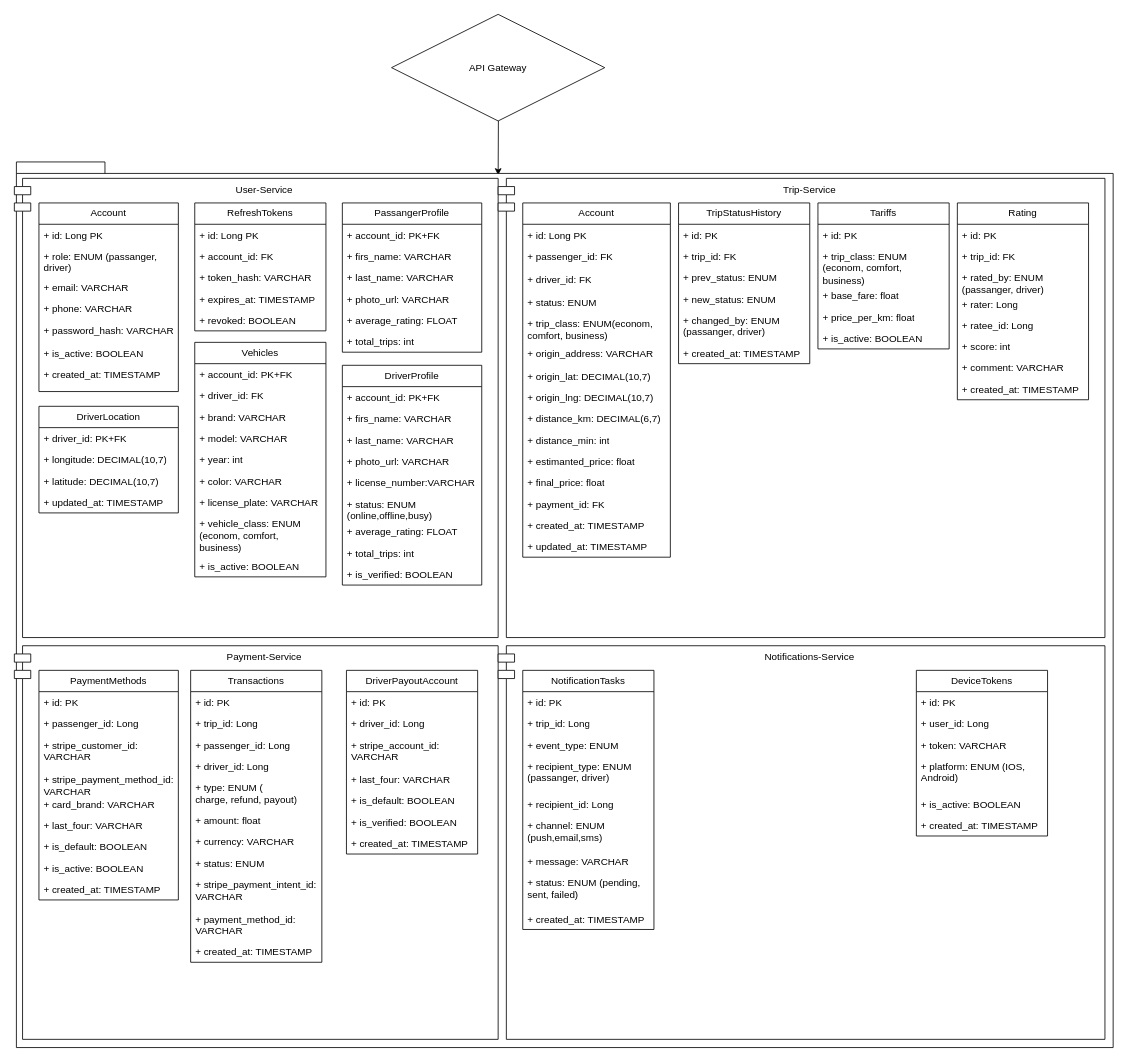
This is docs/backend/База данных.drawio from Ziragon/Taxi-App, a draw.io file, before an edit. Source tidied: cells renumbered, new cells numbered last; positions are measured from the earlier drawing's top-left corner, leaving out a move shared by most shapes. Both pictures are drawn from the tidied source at 82%, with x=0, y=0 at pixel (14, 14).
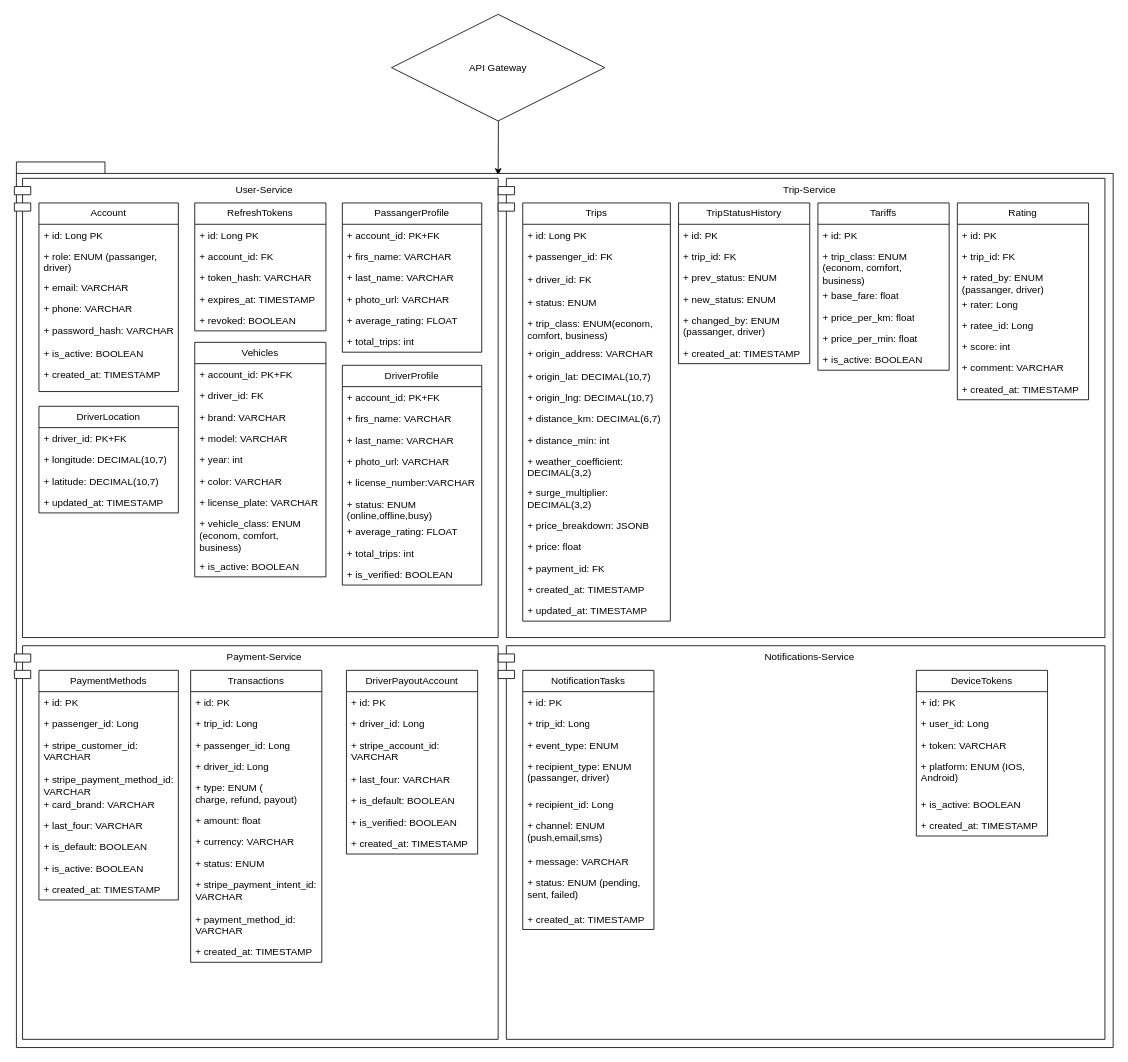
The same diagram, later.

The edit, as a diff of the source:
```diff
@@
-    <mxCell id="55" value="Account" style="swimlane;fontStyle=0;horizontal=1;startSize=26;fillColor=none;whiteSpace=wrap;html=1;" parent="1" vertex="1">
-      <mxGeometry x="620" y="230" width="180" height="432" as="geometry" />
+    <mxCell id="55" value="Trips" style="swimlane;fontStyle=0;horizontal=1;startSize=26;fillColor=none;whiteSpace=wrap;html=1;" parent="1" vertex="1">
+      <mxGeometry x="620" y="230" width="180" height="510" as="geometry" />
     </mxCell>
@@
-    <mxCell id="66" value="+ estimanted_price: float" style="text;strokeColor=none;fillColor=none;align=left;verticalAlign=top;spacingLeft=4;spacingRight=4;overflow=hidden;whiteSpace=wrap;html=1;" parent="55" vertex="1">
-      <mxGeometry y="302" width="180" height="26" as="geometry" />
-    </mxCell>
+    <mxCell id="140" value="+ weather_coefficient: DECIMAL(3,2)" style="text;strokeColor=none;fillColor=none;align=left;verticalAlign=top;spacingLeft=4;spacingRight=4;overflow=hidden;whiteSpace=wrap;html=1;" parent="55" vertex="1">
+      <mxGeometry y="302" width="180" height="38" as="geometry" />
+    </mxCell>
+    <mxCell id="141" value="+ surge_multiplier: DECIMAL(3,2)" style="text;strokeColor=none;fillColor=none;align=left;verticalAlign=top;spacingLeft=4;spacingRight=4;overflow=hidden;whiteSpace=wrap;html=1;" parent="55" vertex="1">
+      <mxGeometry y="340" width="180" height="40" as="geometry" />
+    </mxCell>
+    <mxCell id="142" value="+ price_breakdown: JSONB" style="text;strokeColor=none;fillColor=none;align=left;verticalAlign=top;spacingLeft=4;spacingRight=4;overflow=hidden;whiteSpace=wrap;html=1;" parent="55" vertex="1">
+      <mxGeometry y="380" width="180" height="26" as="geometry" />
+    </mxCell>
-    <mxCell id="67" value="+ final_price: float" style="text;strokeColor=none;fillColor=none;align=left;verticalAlign=top;spacingLeft=4;spacingRight=4;overflow=hidden;whiteSpace=wrap;html=1;" parent="55" vertex="1">
-      <mxGeometry y="328" width="180" height="26" as="geometry" />
+    <mxCell id="67" value="+ price: float" style="text;strokeColor=none;fillColor=none;align=left;verticalAlign=top;spacingLeft=4;spacingRight=4;overflow=hidden;whiteSpace=wrap;html=1;" parent="55" vertex="1">
+      <mxGeometry y="406" width="180" height="26" as="geometry" />
     </mxCell>
     <mxCell id="68" value="+ payment_id: FK" style="text;strokeColor=none;fillColor=none;align=left;verticalAlign=top;spacingLeft=4;spacingRight=4;overflow=hidden;whiteSpace=wrap;html=1;" parent="55" vertex="1">
-      <mxGeometry y="354" width="180" height="26" as="geometry" />
+      <mxGeometry y="432" width="180" height="26" as="geometry" />
     </mxCell>
     <mxCell id="69" value="+ created_at: TIMESTAMP" style="text;strokeColor=none;fillColor=none;align=left;verticalAlign=top;spacingLeft=4;spacingRight=4;overflow=hidden;whiteSpace=wrap;html=1;" parent="55" vertex="1">
-      <mxGeometry y="380" width="180" height="26" as="geometry" />
+      <mxGeometry y="458" width="180" height="26" as="geometry" />
     </mxCell>
     <mxCell id="70" value="+ updated_at: TIMESTAMP" style="text;strokeColor=none;fillColor=none;align=left;verticalAlign=top;spacingLeft=4;spacingRight=4;overflow=hidden;whiteSpace=wrap;html=1;" parent="55" vertex="1">
-      <mxGeometry y="406" width="180" height="26" as="geometry" />
+      <mxGeometry y="484" width="180" height="26" as="geometry" />
     </mxCell>
@@
     <mxCell id="78" value="Tariffs" style="swimlane;fontStyle=0;horizontal=1;startSize=26;fillColor=none;whiteSpace=wrap;html=1;" parent="1" vertex="1">
-      <mxGeometry x="980" y="230" width="160" height="178" as="geometry" />
+      <mxGeometry x="980" y="230" width="160" height="204" as="geometry" />
     </mxCell>
@@
+    <mxCell id="143" value="+ price_per_min: float" style="text;strokeColor=none;fillColor=none;align=left;verticalAlign=top;spacingLeft=4;spacingRight=4;overflow=hidden;whiteSpace=wrap;html=1;" parent="78" vertex="1">
+      <mxGeometry y="152" width="160" height="26" as="geometry" />
+    </mxCell>
     <mxCell id="83" value="+ is_active: BOOLEAN" style="text;strokeColor=none;fillColor=none;align=left;verticalAlign=top;spacingLeft=4;spacingRight=4;overflow=hidden;whiteSpace=wrap;html=1;" parent="78" vertex="1">
-      <mxGeometry y="152" width="160" height="26" as="geometry" />
+      <mxGeometry y="178" width="160" height="26" as="geometry" />
     </mxCell>
```
